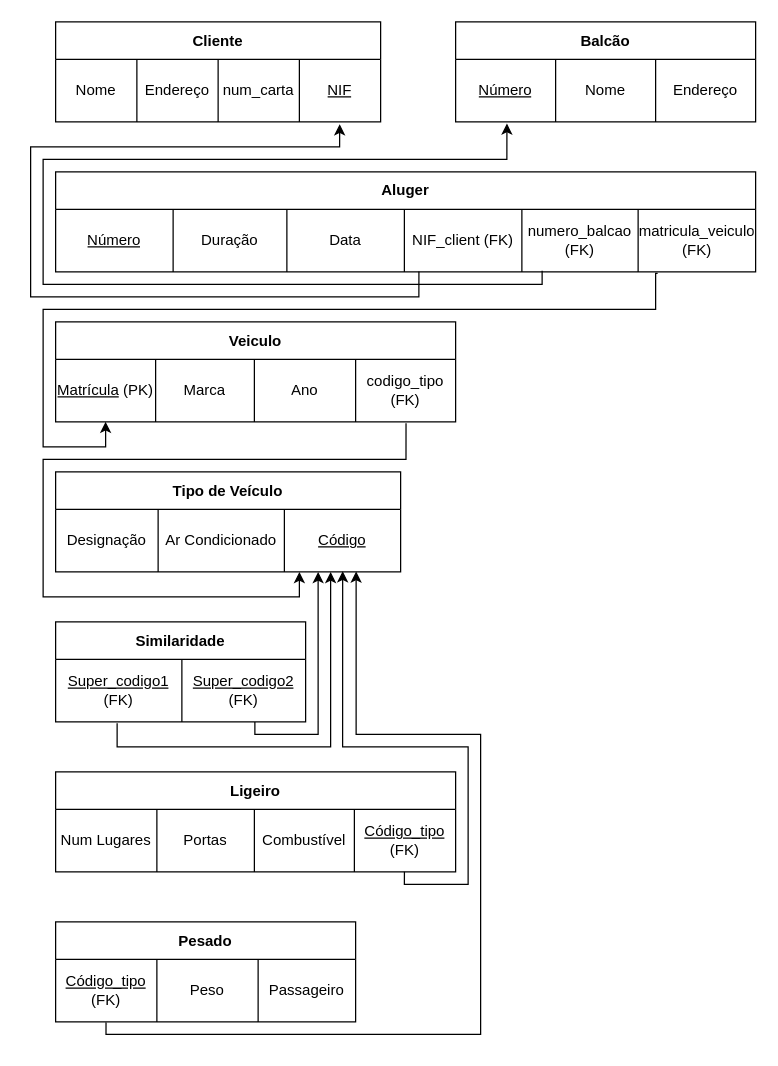
Earlier version of the draw.io diagram page "3.1" (1 of 6) of P/P03/P03.drawio (RafaelCurado/BD-1). Source tidied: cells renumbered, new cells numbered last; positions are measured from the earlier drawing's top-left corner, leaving out a move shared by most shapes. Both pictures are drawn from the tidied source at 125%, with x=0, y=0 at pixel (30, 21).
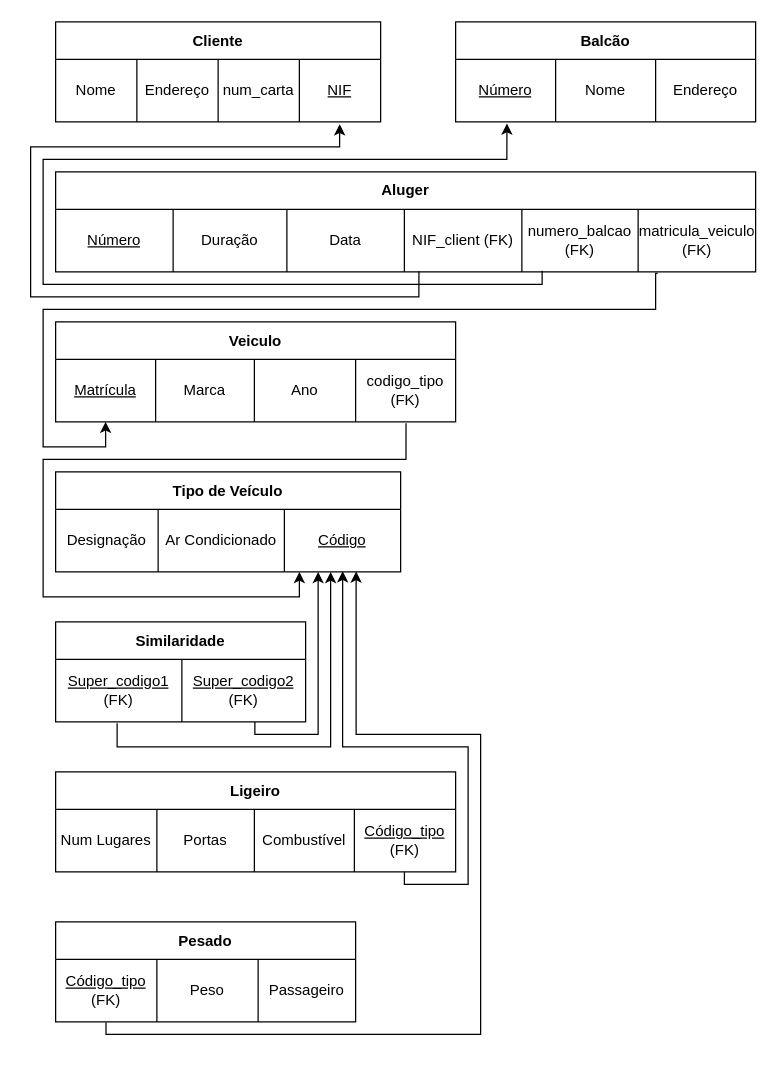
The same diagram, later.

The change refers to these unchanged cells:
```xml
<mxCell id="22" style="shape=tableRow;horizontal=0;startSize=0;swimlaneHead=0;swimlaneBody=0;top=0;left=0;bottom=0;right=0;fillColor=none;points=[[0,0.5],[1,0.5]];portConstraint=eastwest;" parent="21" vertex="1">
  <mxGeometry y="30" width="320" height="50" as="geometry" />
</mxCell>
```

The edit, as a diff of the source:
```diff
@@
-    <mxCell id="23" value="&lt;u&gt;Matrícula&lt;/u&gt;&amp;nbsp;(PK)" style="shape=partialRectangle;html=1;whiteSpace=wrap;fillColor=none;top=0;left=0;bottom=0;right=0;overflow=hidden;" parent="22" vertex="1">
+    <mxCell id="23" value="&lt;u&gt;Matrícula&lt;/u&gt;" style="shape=partialRectangle;html=1;whiteSpace=wrap;fillColor=none;top=0;left=0;bottom=0;right=0;overflow=hidden;" parent="22" vertex="1">
       <mxGeometry width="80" height="50" as="geometry" />
     </mxCell>
```
